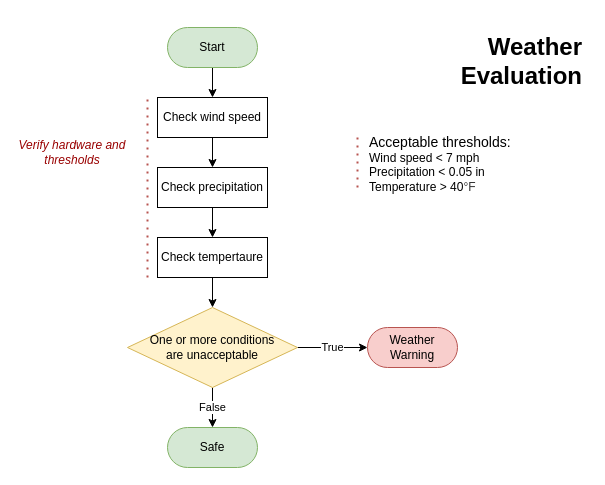
The draw.io diagram page "Weather-Evaluation" (5 of 9) of Drawio-Diagrams/Nest Behavioral Diagrams Fall-2020.drawio in impress-msu/Documentation, before the edit. Source tidied: cells renumbered, new cells numbered last; positions are measured from the earlier drawing's top-left corner, leaving out a move shared by most shapes. Both pictures are drawn from the tidied source at 100%, with x=0, y=0 at pixel (17, 27).
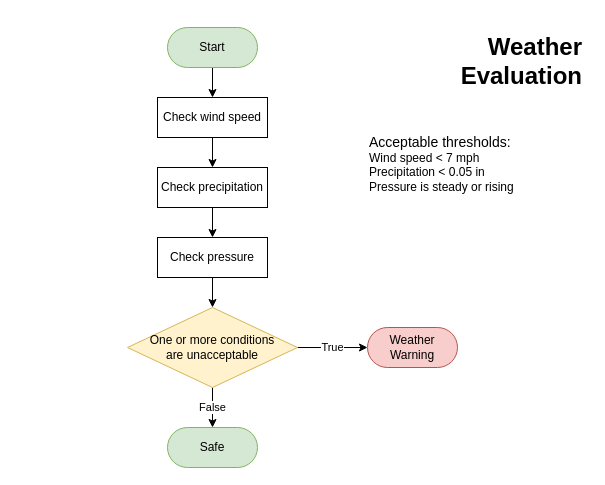
The same diagram, later.

What changed in the source:
```diff
@@
-    <mxCell id="10" value="Check tempertaure" style="rounded=0;whiteSpace=wrap;html=1;" parent="1" vertex="1">
+    <mxCell id="10" value="Check pressure" style="rounded=0;whiteSpace=wrap;html=1;" parent="1" vertex="1">
       <mxGeometry x="140" y="210" width="110" height="40" as="geometry" />
     </mxCell>
@@
-    <mxCell id="16" value="&lt;span style=&quot;font-size: 14px&quot;&gt;Acceptable thresholds:&lt;br&gt;&lt;/span&gt;Wind speed &amp;lt; 7 mph&lt;br&gt;Precipitation &amp;lt; 0.05 in&lt;br&gt;Temperature &amp;gt; 40&lt;span style=&quot;color: rgb(51 , 51 , 51)&quot;&gt;&lt;font style=&quot;font-size: 12px&quot;&gt;°F&lt;/font&gt;&lt;/span&gt;" style="text;html=1;strokeColor=none;fillColor=none;align=left;verticalAlign=top;whiteSpace=wrap;rounded=0;" parent="1" vertex="1">
+    <mxCell id="16" value="&lt;span style=&quot;font-size: 14px&quot;&gt;Acceptable thresholds:&lt;br&gt;&lt;/span&gt;Wind speed &amp;lt; 7 mph&lt;br&gt;Precipitation &amp;lt; 0.05 in&lt;br&gt;Pressure is steady or rising" style="text;html=1;strokeColor=none;fillColor=none;align=left;verticalAlign=top;whiteSpace=wrap;rounded=0;" parent="1" vertex="1">
       <mxGeometry x="350" y="100" width="170" height="90" as="geometry" />
     </mxCell>
-    <mxCell id="17" style="endArrow=none;dashed=1;html=1;dashPattern=1 3;strokeWidth=2;fillColor=#f8cecc;strokeColor=#b85450;" parent="1" edge="1">
-      <mxGeometry relative="1" as="geometry">
-        <mxPoint x="130" y="250" as="sourcePoint" />
-        <mxPoint x="130" y="70" as="targetPoint" />
-      </mxGeometry>
-    </mxCell>
-    <mxCell id="18" style="endArrow=none;dashed=1;html=1;dashPattern=1 3;strokeWidth=2;fillColor=#f8cecc;strokeColor=#b85450;" parent="1" edge="1">
-      <mxGeometry relative="1" as="geometry">
-        <mxPoint x="340" y="160" as="sourcePoint" />
-        <mxPoint x="340" y="110" as="targetPoint" />
-      </mxGeometry>
-    </mxCell>
-    <mxCell id="19" value="&lt;i&gt;&lt;font color=&quot;#990000&quot;&gt;Verify hardware and thresholds&lt;/font&gt;&lt;/i&gt;" style="text;html=1;strokeColor=none;fillColor=none;align=center;verticalAlign=middle;whiteSpace=wrap;rounded=0;" parent="1" vertex="1">
-      <mxGeometry y="90" width="110" height="70" as="geometry" />
-    </mxCell>
```
